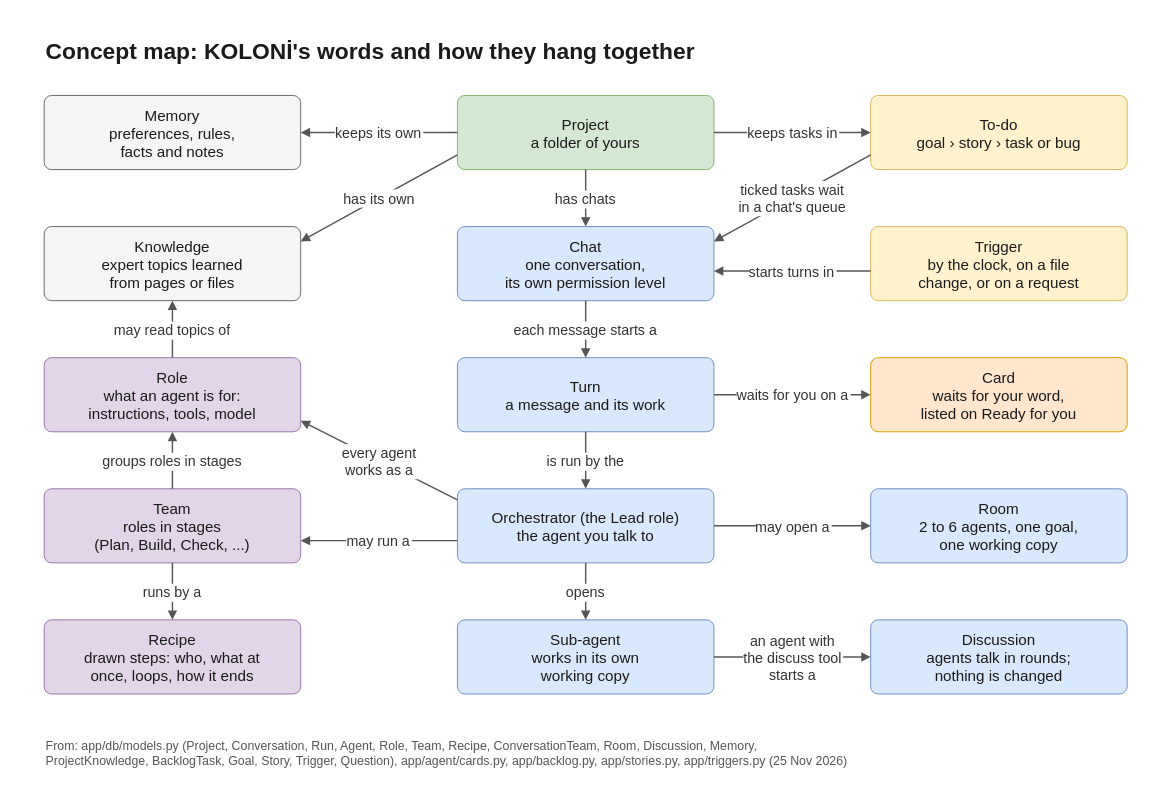
The draw.io diagram docs/diagrams/concept-map.drawio in flyingriverhorse/Koloni, before the edit. Source tidied: cells renumbered, new cells numbered last; positions are measured from the earlier drawing's top-left corner, leaving out a move shared by most shapes. Both pictures are drawn from the tidied source at 95%, with x=0, y=0 at pixel (15, 15).
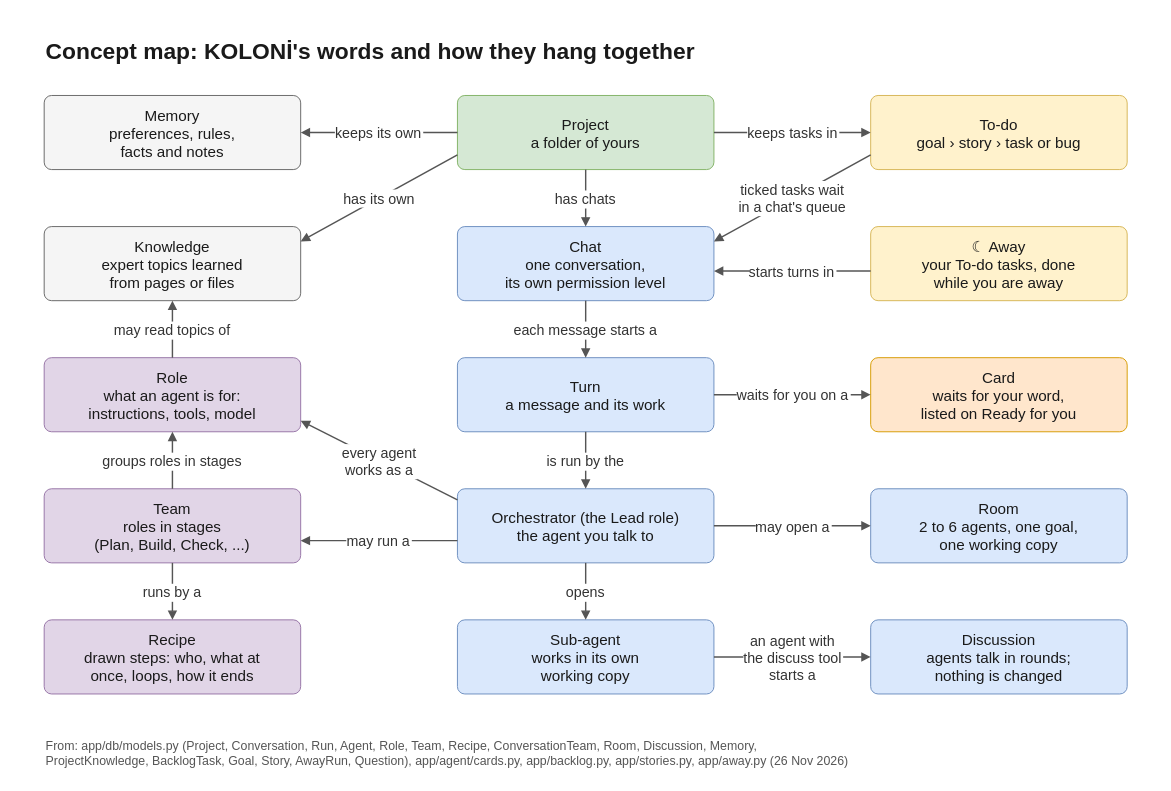
Above is the later version.

What changed in the source:
```diff
@@
-    <mxCell id="15" value="Trigger&#10;by the clock, on a file&#10;change, or on a request" style="rounded=1;arcSize=10;fillColor=#fff2cc;strokeColor=#d6b656;fontFamily=Helvetica;fontColor=#1a1a1a;fontSize=16;spacing=6;" parent="1" vertex="1">
+    <mxCell id="15" value="☾ Away&#10;your To-do tasks, done&#10;while you are away" style="rounded=1;arcSize=10;fillColor=#fff2cc;strokeColor=#d6b656;fontFamily=Helvetica;fontColor=#1a1a1a;fontSize=16;spacing=6;" parent="1" vertex="1">
       <mxGeometry x="900" y="222" width="270" height="78" as="geometry" />
     </mxCell>
@@
-    <mxCell id="36" value="From: app/db/models.py (Project, Conversation, Run, Agent, Role, Team, Recipe, ConversationTeam, Room, Discussion, Memory,&#10;ProjectKnowledge, BacklogTask, Goal, Story, Trigger, Question), app/agent/cards.py, app/backlog.py, app/stories.py, app/triggers.py (25 Nov 2026)" style="text;strokeColor=none;fillColor=none;fontFamily=Helvetica;fontColor=#555555;fontSize=13;align=left;verticalAlign=top;" parent="1" vertex="1">
+    <mxCell id="36" value="From: app/db/models.py (Project, Conversation, Run, Agent, Role, Team, Recipe, ConversationTeam, Room, Discussion, Memory,&#10;ProjectKnowledge, BacklogTask, Goal, Story, AwayRun, Question), app/agent/cards.py, app/backlog.py, app/stories.py, app/away.py (26 Nov 2026)" style="text;strokeColor=none;fillColor=none;fontFamily=Helvetica;fontColor=#555555;fontSize=13;align=left;verticalAlign=top;" parent="1" vertex="1">
       <mxGeometry x="30" y="754" width="1140" height="40" as="geometry" />
     </mxCell>
```
